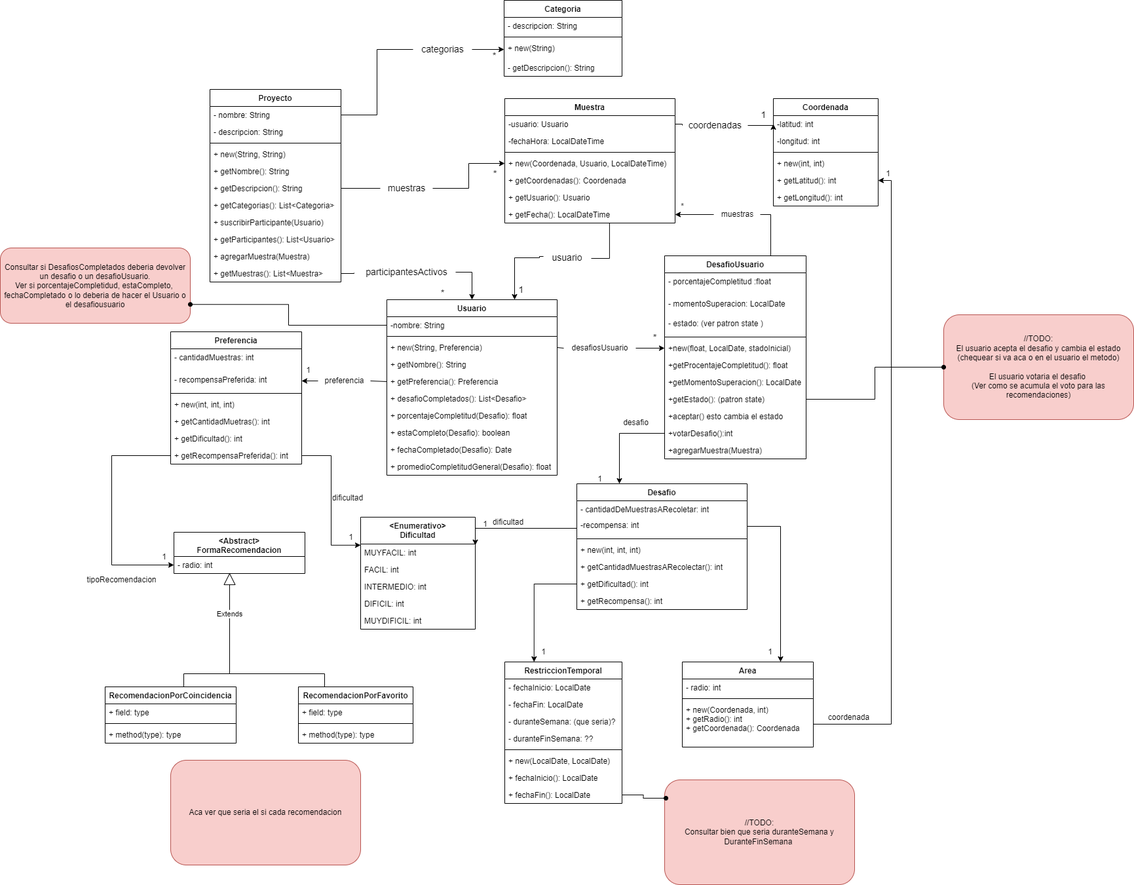
Earlier version of the draw.io export UMLTPFinal.drawio.png (Maxxie12/Unq-po2-TpFinal). Source tidied: cells renumbered, new cells last; positions are measured from the earlier drawing's top-left corner, leaving out a move shared by most shapes.
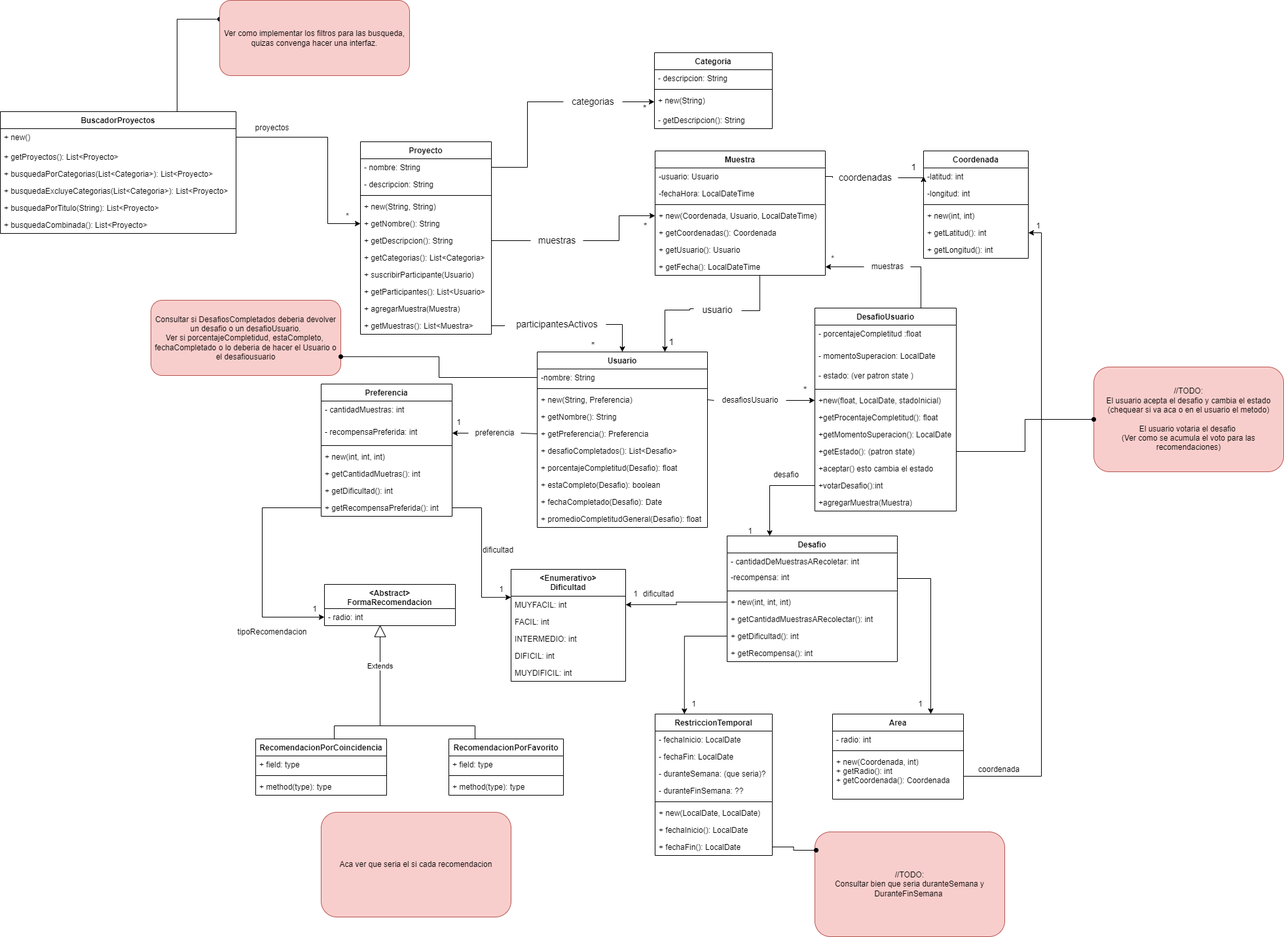
The same diagram one commit later.

Commit message:
Actualizo UMLTPFinal

Diff of the diagram source:
```diff
@@ -507,14 +507,6 @@
     <mxCell id="155" value="MUYDIFICIL: int" style="text;strokeColor=none;fillColor=none;align=left;verticalAlign=top;spacingLeft=4;spacingRight=4;overflow=hidden;" parent="150" vertex="1">
       <mxGeometry y="145" width="175" height="26" as="geometry" />
     </mxCell>
-    <mxCell id="156" style="edgeStyle=orthogonalEdgeStyle;rounded=0;jettySize=auto;html=1;exitX=0;exitY=0.5;exitDx=0;exitDy=0;entryX=1;entryY=0.25;entryDx=0;entryDy=0;endArrow=classic;endFill=1;" parent="1" edge="1" target="150">
-      <mxGeometry relative="1" as="geometry">
-        <mxPoint x="880" y="803" as="sourcePoint" />
-        <Array as="points">
-          <mxPoint x="880" y="806" />
-        </Array>
-      </mxGeometry>
-    </mxCell>
     <mxCell id="157" style="edgeStyle=orthogonalEdgeStyle;rounded=0;jettySize=auto;html=1;exitX=1;exitY=0.5;exitDx=0;exitDy=0;entryX=0;entryY=0.25;entryDx=0;entryDy=0;endArrow=classic;endFill=1;" parent="1" edge="1" source="47" target="150">
       <mxGeometry relative="1" as="geometry" />
     </mxCell>
@@ -522,10 +514,10 @@
       <mxGeometry x="520" y="805" width="30" height="30" as="geometry" />
     </mxCell>
     <mxCell id="159" value="1" style="text;html=1;align=center;verticalAlign=middle;strokeColor=none;fillColor=none;" parent="1" vertex="1">
-      <mxGeometry x="725" y="785" width="30" height="30" as="geometry" />
+      <mxGeometry x="725" y="812" width="30" height="30" as="geometry" />
     </mxCell>
     <mxCell id="160" value="dificultad" style="text;html=1;align=center;verticalAlign=middle;strokeColor=none;fillColor=none;" parent="1" vertex="1">
-      <mxGeometry x="740" y="782" width="70" height="30" as="geometry" />
+      <mxGeometry x="740" y="812" width="70" height="30" as="geometry" />
     </mxCell>
     <mxCell id="161" value="dificultad" style="text;html=1;align=center;verticalAlign=middle;strokeColor=none;fillColor=none;" parent="1" vertex="1">
       <mxGeometry x="495" y="745" width="70" height="30" as="geometry" />
@@ -533,5 +525,50 @@
     <mxCell id="162" style="edgeStyle=orthogonalEdgeStyle;rounded=0;jettySize=auto;html=1;exitX=0;exitY=0.5;exitDx=0;exitDy=0;entryX=0.25;entryY=0;entryDx=0;entryDy=0;endArrow=classic;endFill=1;" parent="1" edge="1" source="95" target="58">
       <mxGeometry relative="1" as="geometry" />
     </mxCell>
+    <mxCell id="163" style="edgeStyle=orthogonalEdgeStyle;rounded=0;jettySize=auto;html=1;exitX=0;exitY=0.5;exitDx=0;exitDy=0;entryX=1;entryY=0.5;entryDx=0;entryDy=0;" parent="1" edge="1" source="93" target="151">
+      <mxGeometry relative="1" as="geometry" />
+    </mxCell>
+    <mxCell id="164" style="edgeStyle=orthogonalEdgeStyle;rounded=0;jettySize=auto;html=1;exitX=0.75;exitY=0;exitDx=0;exitDy=0;entryX=0;entryY=0.25;entryDx=0;entryDy=0;endArrow=oval;endFill=1;" parent="1" edge="1" source="165" target="175">
+      <mxGeometry relative="1" as="geometry" />
+    </mxCell>
+    <mxCell id="165" value="BuscadorProyectos" style="swimlane;fontStyle=1;align=center;verticalAlign=top;horizontal=1;startSize=26;" parent="1" vertex="1">
+      <mxGeometry x="-230" y="90" width="360" height="186" as="geometry" />
+    </mxCell>
+    <mxCell id="166" value="+ new()" style="text;strokeColor=none;fillColor=none;align=left;verticalAlign=top;spacingLeft=4;spacingRight=4;overflow=hidden;" parent="165" vertex="1">
+      <mxGeometry y="26" width="360" height="30" as="geometry" />
+    </mxCell>
+    <mxCell id="167" value="+ getProyectos(): List&lt;Proyecto&gt;" style="text;strokeColor=none;fillColor=none;align=left;verticalAlign=top;spacingLeft=4;spacingRight=4;overflow=hidden;" parent="165" vertex="1">
+      <mxGeometry y="56" width="360" height="26" as="geometry" />
+    </mxCell>
+    <mxCell id="168" value="+ busquedaPorCategorias(List&lt;Categoria&gt;): List&lt;Proyecto&gt;" style="text;strokeColor=none;fillColor=none;align=left;verticalAlign=top;spacingLeft=4;spacingRight=4;overflow=hidden;" parent="165" vertex="1">
+      <mxGeometry y="82" width="360" height="26" as="geometry" />
+    </mxCell>
+    <mxCell id="169" value="+ busquedaExcluyeCategorias(List&lt;Categoria&gt;): List&lt;Proyecto&gt;" style="text;strokeColor=none;fillColor=none;align=left;verticalAlign=top;spacingLeft=4;spacingRight=4;overflow=hidden;" parent="165" vertex="1">
+      <mxGeometry y="108" width="360" height="26" as="geometry" />
+    </mxCell>
+    <mxCell id="170" value="+ busquedaPorTitulo(String): List&lt;Proyecto&gt;" style="text;strokeColor=none;fillColor=none;align=left;verticalAlign=top;spacingLeft=4;spacingRight=4;overflow=hidden;" parent="165" vertex="1">
+      <mxGeometry y="134" width="360" height="26" as="geometry" />
+    </mxCell>
+    <mxCell id="171" value="+ busquedaCombinada(): List&lt;Proyecto&gt;" style="text;strokeColor=none;fillColor=none;align=left;verticalAlign=top;spacingLeft=4;spacingRight=4;overflow=hidden;" parent="165" vertex="1">
+      <mxGeometry y="160" width="360" height="26" as="geometry" />
+    </mxCell>
+    <mxCell id="172" style="edgeStyle=orthogonalEdgeStyle;rounded=0;jettySize=auto;html=1;exitX=1;exitY=0.5;exitDx=0;exitDy=0;entryX=0;entryY=0.5;entryDx=0;entryDy=0;" parent="1" edge="1" target="7">
+      <mxGeometry relative="1" as="geometry">
+        <mxPoint x="130" y="129" as="sourcePoint" />
+        <Array as="points">
+          <mxPoint x="270" y="129" />
+          <mxPoint x="270" y="261" />
+        </Array>
+      </mxGeometry>
+    </mxCell>
+    <mxCell id="173" value="proyectos" style="text;html=1;align=center;verticalAlign=middle;strokeColor=none;fillColor=none;" parent="1" vertex="1">
+      <mxGeometry x="145" y="100" width="80" height="30" as="geometry" />
+    </mxCell>
+    <mxCell id="174" value="*" style="text;html=1;align=center;verticalAlign=middle;strokeColor=none;fillColor=none;" parent="1" vertex="1">
+      <mxGeometry x="285" y="235" width="30" height="30" as="geometry" />
+    </mxCell>
+    <mxCell id="175" value="Ver como implementar los filtros para las busqueda, quizas convenga hacer una interfaz." style="rounded=1;whiteSpace=wrap;html=1;fillColor=#f8cecc;strokeColor=#b85450;" parent="1" vertex="1">
+      <mxGeometry x="105" y="-80" width="290" height="115" as="geometry" />
+    </mxCell>
   </root>
 </mxGraphModel>
```
